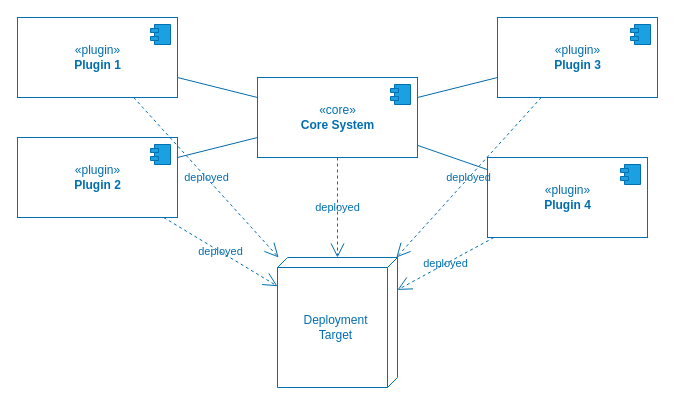
Earlier version of the draw.io diagram diagrams/Architecture_Microkernel.drawio (ucudal/ANDIS_Conceptos). Source tidied: cells renumbered, new cells numbered last; positions are measured from the earlier drawing's top-left corner, leaving out a move shared by most shapes. Both pictures are drawn from the tidied source at 100%, with x=0, y=0 at pixel (17, 17).
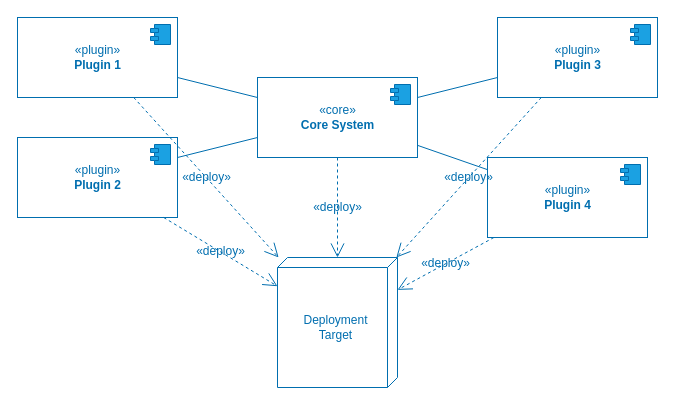
After the change.

Unchanged cells that the change refers to:
```xml
<mxCell id="3" value="«plugin»&lt;br&gt;&lt;b&gt;Plugin 1&lt;/b&gt;" style="html=1;fillColor=none;fontColor=#006EAF;strokeColor=#006EAF;" parent="1" vertex="1">
  <mxGeometry width="160" height="80" as="geometry" />
</mxCell>
<mxCell id="5" value="Deployment&lt;br&gt;Target" style="verticalAlign=middle;align=center;shape=cube;size=10;direction=south;fontStyle=0;html=1;boundedLbl=1;spacingLeft=5;fontColor=#006EAF;fillColor=none;strokeColor=#006EAF;" parent="1" vertex="1">
  <mxGeometry x="260" y="240" width="120" height="130" as="geometry" />
</mxCell>
<mxCell id="7" value="«plugin»&lt;br&gt;&lt;b&gt;Plugin 2&lt;/b&gt;" style="html=1;fillColor=none;fontColor=#006EAF;strokeColor=#006EAF;" parent="1" vertex="1">
  <mxGeometry y="120" width="160" height="80" as="geometry" />
</mxCell>
<mxCell id="10" value="«core»&lt;br&gt;&lt;b&gt;Core System&lt;/b&gt;" style="html=1;fillColor=none;fontColor=#006EAF;strokeColor=#006EAF;" parent="1" vertex="1">
  <mxGeometry x="240" y="60" width="160" height="80" as="geometry" />
</mxCell>
<mxCell id="13" value="«plugin»&lt;br&gt;&lt;b&gt;Plugin 3&lt;/b&gt;" style="html=1;fillColor=none;fontColor=#006EAF;strokeColor=#006EAF;" parent="1" vertex="1">
  <mxGeometry x="480" width="160" height="80" as="geometry" />
</mxCell>
<mxCell id="15" value="«plugin»&lt;br&gt;&lt;b&gt;Plugin 4&lt;/b&gt;" style="html=1;fillColor=none;fontColor=#006EAF;strokeColor=#006EAF;" parent="1" vertex="1">
  <mxGeometry x="470" y="140" width="160" height="80" as="geometry" />
</mxCell>
```

Change to the diagram source:
```diff
@@
-    <mxCell id="17" value="deployed" style="endArrow=open;endSize=12;dashed=1;html=1;fillColor=#1ba1e2;strokeColor=#006EAF;fontColor=#006EAF;labelBackgroundColor=none;" parent="1" edge="1" source="3" target="5">
+    <mxCell id="17" value="&lt;span style=&quot;font-size: 12px;&quot;&gt;«deploy»&lt;/span&gt;" style="endArrow=open;endSize=12;dashed=1;html=1;fillColor=#1ba1e2;strokeColor=#006EAF;fontColor=#006EAF;labelBackgroundColor=none;" parent="1" edge="1" source="3" target="5">
       <mxGeometry relative="1" as="geometry" />
     </mxCell>
-    <mxCell id="18" value="deployed" style="endArrow=open;endSize=12;dashed=1;html=1;fillColor=#1ba1e2;strokeColor=#006EAF;fontColor=#006EAF;labelBackgroundColor=none;" parent="1" edge="1" source="7" target="5">
+    <mxCell id="18" value="&lt;span style=&quot;font-size: 12px;&quot;&gt;«deploy»&lt;/span&gt;" style="endArrow=open;endSize=12;dashed=1;html=1;fillColor=#1ba1e2;strokeColor=#006EAF;fontColor=#006EAF;labelBackgroundColor=none;" parent="1" edge="1" source="7" target="5">
       <mxGeometry relative="1" as="geometry" />
     </mxCell>
-    <mxCell id="19" value="deployed" style="endArrow=open;endSize=12;dashed=1;html=1;fillColor=#1ba1e2;strokeColor=#006EAF;fontColor=#006EAF;labelBackgroundColor=none;" parent="1" edge="1" source="10" target="5">
+    <mxCell id="19" value="&lt;span style=&quot;font-size: 12px;&quot;&gt;«deploy»&lt;/span&gt;" style="endArrow=open;endSize=12;dashed=1;html=1;fillColor=#1ba1e2;strokeColor=#006EAF;fontColor=#006EAF;labelBackgroundColor=none;" parent="1" edge="1" source="10" target="5">
       <mxGeometry relative="1" as="geometry" />
     </mxCell>
-    <mxCell id="20" value="deployed" style="endArrow=open;endSize=12;dashed=1;html=1;fillColor=#1ba1e2;strokeColor=#006EAF;fontColor=#006EAF;labelBackgroundColor=none;" parent="1" edge="1" source="13" target="5">
+    <mxCell id="20" value="&lt;span style=&quot;font-size: 12px;&quot;&gt;«deploy»&lt;/span&gt;" style="endArrow=open;endSize=12;dashed=1;html=1;fillColor=#1ba1e2;strokeColor=#006EAF;fontColor=#006EAF;labelBackgroundColor=none;" parent="1" edge="1" source="13" target="5">
       <mxGeometry relative="1" as="geometry" />
     </mxCell>
-    <mxCell id="21" value="deployed" style="endArrow=open;endSize=12;dashed=1;html=1;fillColor=#1ba1e2;strokeColor=#006EAF;fontColor=#006EAF;labelBackgroundColor=none;" parent="1" edge="1" source="15" target="5">
+    <mxCell id="21" value="&lt;span style=&quot;font-size: 12px;&quot;&gt;«deploy»&lt;/span&gt;" style="endArrow=open;endSize=12;dashed=1;html=1;fillColor=#1ba1e2;strokeColor=#006EAF;fontColor=#006EAF;labelBackgroundColor=none;" parent="1" edge="1" source="15" target="5">
       <mxGeometry relative="1" as="geometry" />
     </mxCell>
```
